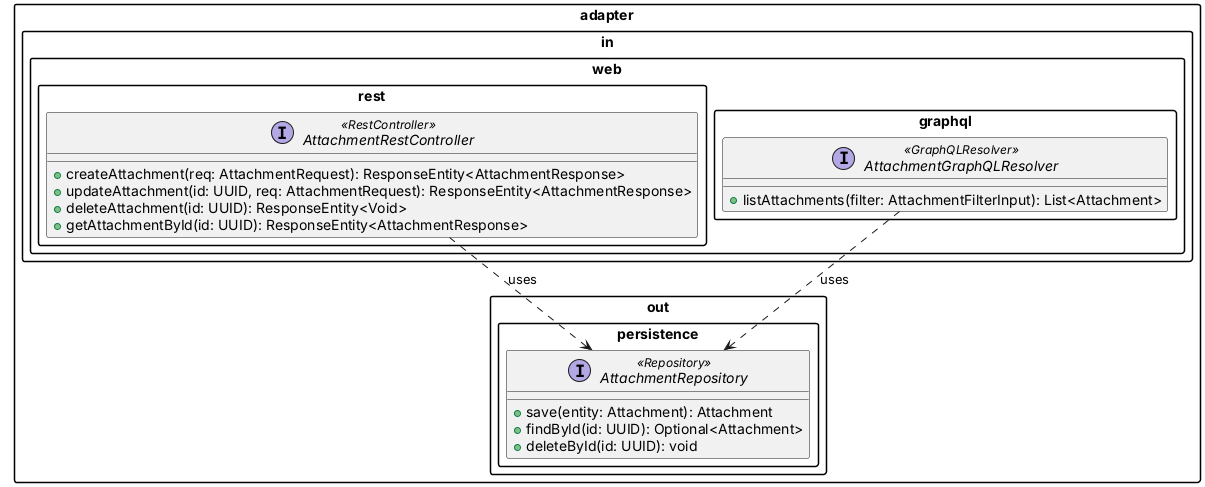
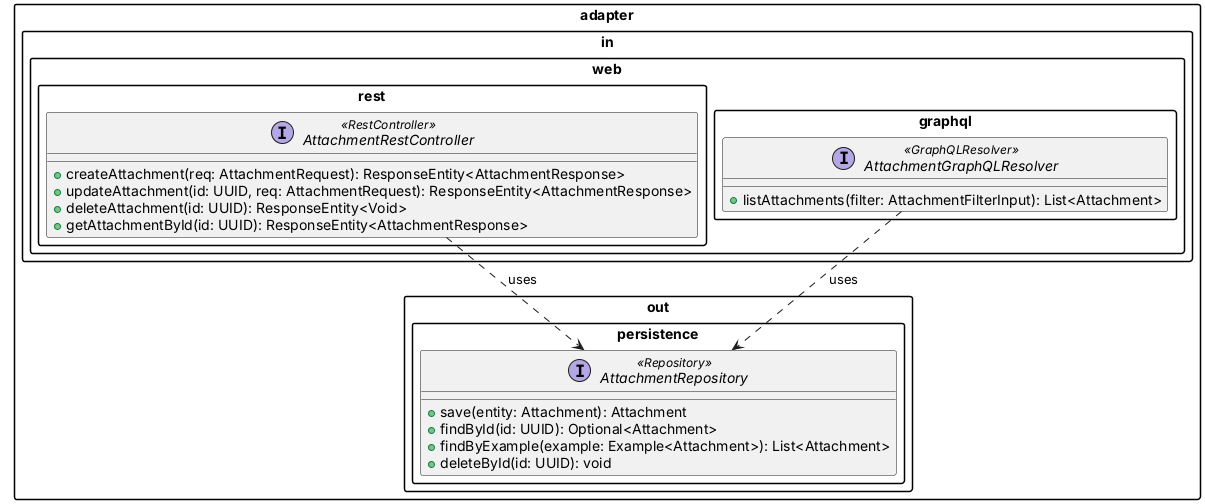
@startuml attachment_contract

!pragma layout smetana
skinparam packageStyle rectangle
skinparam defaultFontName Inter

package "adapter.in.web.rest" {
  interface "AttachmentRestController" <<RestController>> {
    + createAttachment(req: AttachmentRequest): ResponseEntity<AttachmentResponse>
    + updateAttachment(id: UUID, req: AttachmentRequest): ResponseEntity<AttachmentResponse>
    + deleteAttachment(id: UUID): ResponseEntity<Void>
    + getAttachmentById(id: UUID): ResponseEntity<AttachmentResponse>
  }
}

package "adapter.in.web.graphql" {
  interface "AttachmentGraphQLResolver" <<GraphQLResolver>> {
    + listAttachments(filter: AttachmentFilterInput): List<Attachment>
  }
}

package "adapter.out.persistence" {
  interface "AttachmentRepository" <<Repository>> {
    + save(entity: Attachment): Attachment
    + findById(id: UUID): Optional<Attachment>
+     + findByExample(example: Example<Attachment>): List<Attachment>
    + deleteById(id: UUID): void
  }
}

' === Dependency Arrows ===
"AttachmentRestController"  ..> "AttachmentRepository" : uses
"AttachmentGraphQLResolver" ..> "AttachmentRepository" : uses

@enduml
